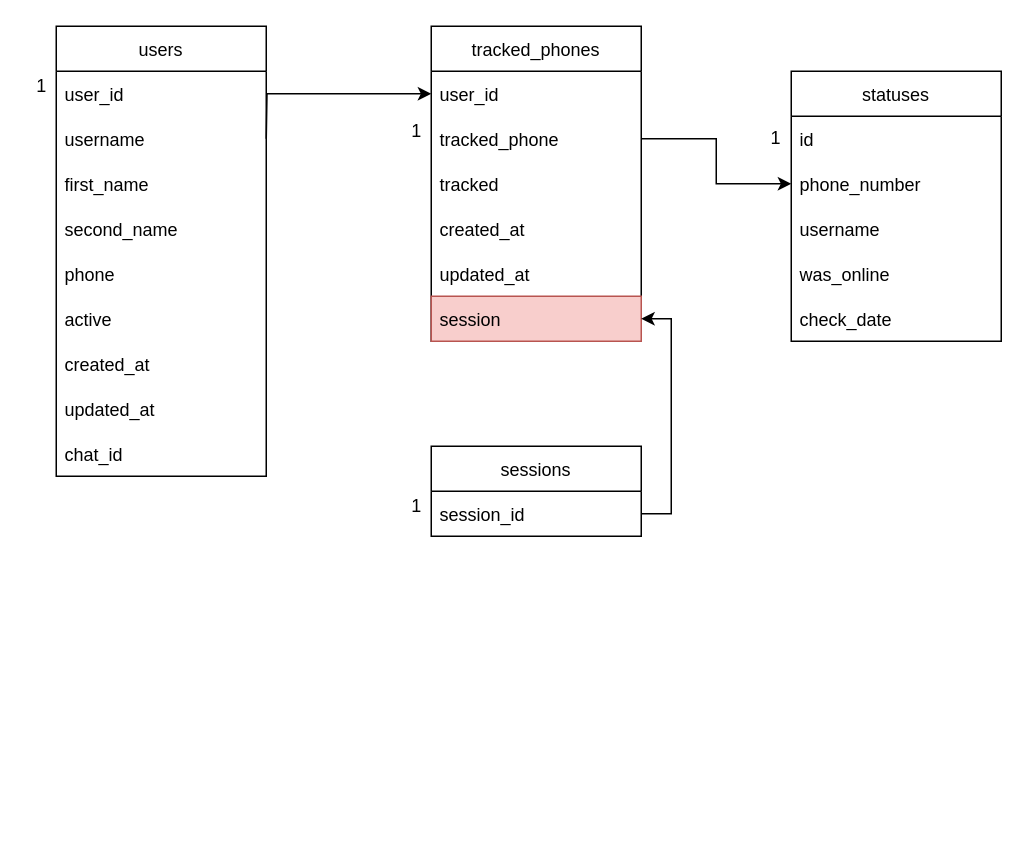
Earlier version of the draw.io diagram db_schema.drawio (in-contact-online/inContact). Source tidied: cells renumbered, new cells numbered last; positions are measured from the earlier drawing's top-left corner, leaving out a move shared by most shapes. Both pictures are drawn from the tidied source at 150%, with x=0, y=0 at pixel (26, 26).
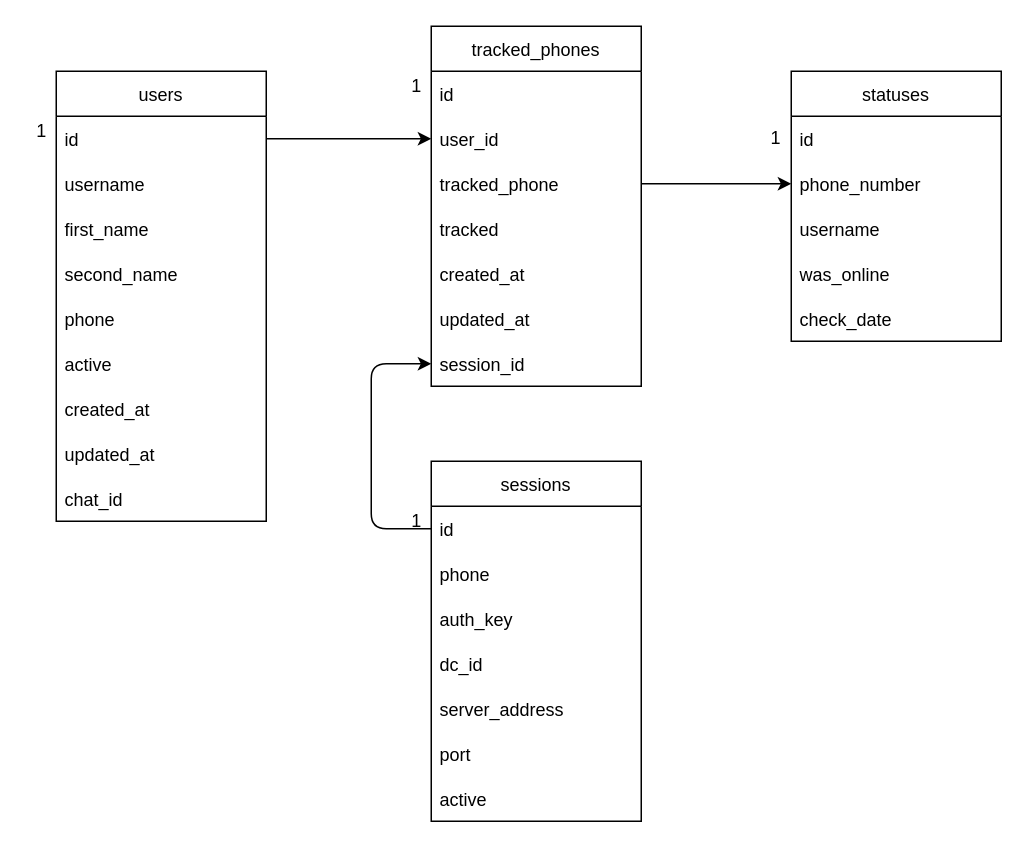
After the change.

The change refers to these unchanged cells:
```xml
<mxCell id="14" value="users" style="swimlane;fontStyle=0;horizontal=1;startSize=30;" parent="13" vertex="1">
  <mxGeometry x="20" width="140" height="300" as="geometry" />
</mxCell>
```

The edit, as a diff of the source:
```diff
@@
-    <mxCell id="2" style="edgeStyle=orthogonalEdgeStyle;rounded=0;jettySize=auto;html=1;exitX=1;exitY=0.5;exitDx=0;exitDy=0;entryX=0;entryY=0.5;entryDx=0;entryDy=0;" parent="1" edge="1" target="6">
-      <mxGeometry relative="1" as="geometry">
-        <mxPoint x="160" y="75" as="sourcePoint" />
-      </mxGeometry>
-    </mxCell>
@@
     <mxCell id="4" style="group;" parent="1" vertex="1">
-      <mxGeometry x="250" width="160" height="180" as="geometry" />
+      <mxGeometry x="250" width="160" height="240" as="geometry" />
     </mxCell>
+    <mxCell id="38" style="group;" parent="4" vertex="1">
+      <mxGeometry width="160" height="240" as="geometry" />
+    </mxCell>
-    <mxCell id="5" value="tracked_phones" style="swimlane;fontStyle=0;horizontal=1;startSize=30;" parent="4" vertex="1">
-      <mxGeometry x="20" width="140" height="210" as="geometry" />
+    <mxCell id="5" value="tracked_phones" style="swimlane;fontStyle=0;horizontal=1;startSize=30;" parent="38" vertex="1">
+      <mxGeometry x="20" width="140" height="240" as="geometry" />
     </mxCell>
+    <mxCell id="39" value="id" style="text;strokeColor=none;fillColor=none;align=left;verticalAlign=middle;spacingLeft=4;spacingRight=4;overflow=hidden;" parent="5" vertex="1">
+      <mxGeometry y="30" width="140" height="30" as="geometry" />
+    </mxCell>
     <mxCell id="6" value="user_id" style="text;strokeColor=none;fillColor=none;align=left;verticalAlign=middle;spacingLeft=4;spacingRight=4;overflow=hidden;points=[[0,0.5],[1,0.5]];portConstraint=eastwest;" parent="5" vertex="1">
-      <mxGeometry y="30" width="140" height="30" as="geometry" />
+      <mxGeometry y="60" width="140" height="30" as="geometry" />
     </mxCell>
     <mxCell id="7" value="tracked_phone" style="text;strokeColor=none;fillColor=none;align=left;verticalAlign=middle;spacingLeft=4;spacingRight=4;overflow=hidden;points=[[0,0.5],[1,0.5]];portConstraint=eastwest;" parent="5" vertex="1">
-      <mxGeometry y="60" width="140" height="30" as="geometry" />
+      <mxGeometry y="90" width="140" height="30" as="geometry" />
     </mxCell>
     <mxCell id="8" value="tracked" style="text;strokeColor=none;fillColor=none;align=left;verticalAlign=middle;spacingLeft=4;spacingRight=4;overflow=hidden;" parent="5" vertex="1">
-      <mxGeometry y="90" width="140" height="30" as="geometry" />
+      <mxGeometry y="120" width="140" height="30" as="geometry" />
     </mxCell>
     <mxCell id="9" value="created_at" style="text;strokeColor=none;fillColor=none;align=left;verticalAlign=middle;spacingLeft=4;spacingRight=4;overflow=hidden;" parent="5" vertex="1">
-      <mxGeometry y="120" width="140" height="30" as="geometry" />
+      <mxGeometry y="150" width="140" height="30" as="geometry" />
     </mxCell>
     <mxCell id="10" value="updated_at" style="text;strokeColor=none;fillColor=none;align=left;verticalAlign=middle;spacingLeft=4;spacingRight=4;overflow=hidden;" parent="5" vertex="1">
-      <mxGeometry y="150" width="140" height="30" as="geometry" />
+      <mxGeometry y="180" width="140" height="30" as="geometry" />
     </mxCell>
-    <mxCell id="11" value="session" style="text;strokeColor=#b85450;fillColor=#f8cecc;align=left;verticalAlign=middle;spacingLeft=4;spacingRight=4;overflow=hidden;points=[[0,0.5],[1,0.5]];portConstraint=eastwest;" parent="5" vertex="1">
-      <mxGeometry y="180" width="140" height="30" as="geometry" />
-    </mxCell>
+    <mxCell id="40" value="session_id" style="text;strokeColor=none;fillColor=none;align=left;verticalAlign=middle;spacingLeft=4;spacingRight=4;overflow=hidden;points=[[0,0.5],[1,0.5]];portConstraint=eastwest;" parent="5" vertex="1">
+      <mxGeometry y="210" width="140" height="30" as="geometry" />
+    </mxCell>
-    <mxCell id="12" value="1" style="text;html=1;align=center;verticalAlign=middle;strokeColor=none;fillColor=none;" parent="4" vertex="1">
-      <mxGeometry y="60" width="20" height="20" as="geometry" />
+    <mxCell id="12" value="1" style="text;html=1;align=center;verticalAlign=middle;strokeColor=none;fillColor=none;" parent="38" vertex="1">
+      <mxGeometry y="30" width="20" height="20" as="geometry" />
     </mxCell>
     <mxCell id="13" style="group;" parent="1" vertex="1">
-      <mxGeometry width="160" height="330" as="geometry" />
+      <mxGeometry y="30" width="160" height="330" as="geometry" />
     </mxCell>
@@
-    <mxCell id="15" value="user_id" style="text;strokeColor=none;fillColor=none;align=left;verticalAlign=middle;spacingLeft=4;spacingRight=4;overflow=hidden;points=[[0,0.5],[1,0.5]];portConstraint=eastwest;" parent="14" vertex="1">
+    <mxCell id="15" value="id" style="text;strokeColor=none;fillColor=none;align=left;verticalAlign=middle;spacingLeft=4;spacingRight=4;overflow=hidden;points=[[0,0.5],[1,0.5]];portConstraint=eastwest;" parent="14" vertex="1">
       <mxGeometry y="30" width="140" height="30" as="geometry" />
     </mxCell>
@@
     <mxCell id="33" style="group;" parent="1" vertex="1">
-      <mxGeometry x="250" y="280" width="160" height="60" as="geometry" />
+      <mxGeometry x="250" y="290" width="160" height="60" as="geometry" />
     </mxCell>
     <mxCell id="34" value="sessions" style="swimlane;fontStyle=0;horizontal=1;startSize=30;" parent="33" vertex="1">
-      <mxGeometry x="20" width="140" height="60" as="geometry" />
+      <mxGeometry x="20" width="140" height="240" as="geometry" />
     </mxCell>
-    <mxCell id="35" value="session_id" style="text;strokeColor=none;fillColor=none;align=left;verticalAlign=middle;spacingLeft=4;spacingRight=4;overflow=hidden;points=[[0,0.5],[1,0.5]];portConstraint=eastwest;" parent="34" vertex="1">
+    <mxCell id="35" value="id" style="text;strokeColor=none;fillColor=none;align=left;verticalAlign=middle;spacingLeft=4;spacingRight=4;overflow=hidden;points=[[0,0.5],[1,0.5]];portConstraint=eastwest;" parent="34" vertex="1">
       <mxGeometry y="30" width="140" height="30" as="geometry" />
     </mxCell>
+    <mxCell id="41" value="phone" style="text;strokeColor=none;fillColor=none;align=left;verticalAlign=middle;spacingLeft=4;spacingRight=4;overflow=hidden;" parent="34" vertex="1">
+      <mxGeometry y="60" width="140" height="30" as="geometry" />
+    </mxCell>
+    <mxCell id="42" value="auth_key" style="text;strokeColor=none;fillColor=none;align=left;verticalAlign=middle;spacingLeft=4;spacingRight=4;overflow=hidden;" parent="34" vertex="1">
+      <mxGeometry y="90" width="140" height="30" as="geometry" />
+    </mxCell>
+    <mxCell id="43" value="dc_id" style="text;strokeColor=none;fillColor=none;align=left;verticalAlign=middle;spacingLeft=4;spacingRight=4;overflow=hidden;" parent="34" vertex="1">
+      <mxGeometry y="120" width="140" height="30" as="geometry" />
+    </mxCell>
+    <mxCell id="44" value="server_address" style="text;strokeColor=none;fillColor=none;align=left;verticalAlign=middle;spacingLeft=4;spacingRight=4;overflow=hidden;" parent="34" vertex="1">
+      <mxGeometry y="150" width="140" height="30" as="geometry" />
+    </mxCell>
+    <mxCell id="45" value="port" style="text;strokeColor=none;fillColor=none;align=left;verticalAlign=middle;spacingLeft=4;spacingRight=4;overflow=hidden;" parent="34" vertex="1">
+      <mxGeometry y="180" width="140" height="30" as="geometry" />
+    </mxCell>
+    <mxCell id="46" value="active" style="text;strokeColor=none;fillColor=none;align=left;verticalAlign=middle;spacingLeft=4;spacingRight=4;overflow=hidden;" parent="34" vertex="1">
+      <mxGeometry y="210" width="140" height="30" as="geometry" />
+    </mxCell>
@@
-    <mxCell id="37" style="edgeStyle=orthogonalEdgeStyle;rounded=0;jettySize=auto;html=1;exitX=1;exitY=0.5;exitDx=0;exitDy=0;entryX=1;entryY=0.5;entryDx=0;entryDy=0;" parent="1" edge="1" source="35" target="11">
-      <mxGeometry relative="1" as="geometry" />
-    </mxCell>
+    <mxCell id="47" style="edgeStyle=none;html=1;exitX=1;exitY=0.5;exitDx=0;exitDy=0;entryX=0;entryY=0.5;entryDx=0;entryDy=0;" parent="1" edge="1" source="15" target="6">
+      <mxGeometry relative="1" as="geometry" />
+    </mxCell>
+    <mxCell id="48" style="edgeStyle=none;html=1;exitX=0;exitY=0.5;exitDx=0;exitDy=0;entryX=0;entryY=0.5;entryDx=0;entryDy=0;" parent="1" edge="1" source="35" target="40">
+      <mxGeometry relative="1" as="geometry">
+        <Array as="points">
+          <mxPoint x="230" y="335" />
+          <mxPoint x="230" y="225" />
+        </Array>
+      </mxGeometry>
+    </mxCell>
```
